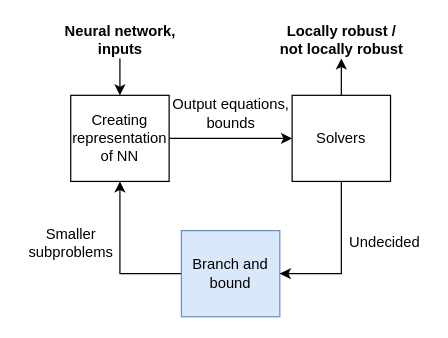
Earlier version of the draw.io diagram Copy of Algorithm2.drawio (DaveHudiny/DaveHudiny). Source tidied: cells renumbered, new cells numbered last; positions are measured from the earlier drawing's top-left corner, leaving out a move shared by most shapes. Both pictures are drawn from the tidied source at 123%, with x=0, y=0 at pixel (21, 21).
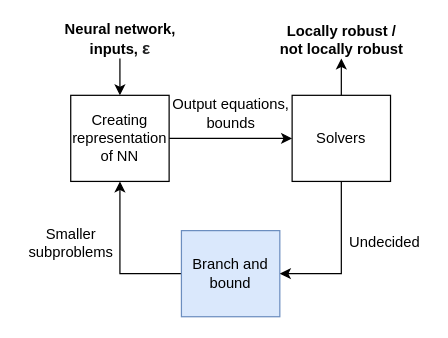
Above is the later version.

The edit, as a diff of the source:
```diff
@@
 <mxGraphModel>
   <root>
     <mxCell id="0" />
     <mxCell id="1" parent="0" />
     <mxCell id="2" style="edgeStyle=orthogonalEdgeStyle;rounded=0;jettySize=auto;html=1;" parent="1" edge="1" source="3" target="8">
       <mxGeometry relative="1" as="geometry" />
     </mxCell>
     <mxCell id="3" value="Creating representation of NN" style="rounded=0;whiteSpace=wrap;html=1;" parent="1" vertex="1">
       <mxGeometry x="40" y="60" width="80" height="70" as="geometry" />
     </mxCell>
     <mxCell id="4" style="edgeStyle=orthogonalEdgeStyle;rounded=0;jettySize=auto;html=1;" parent="1" edge="1" source="5" target="3">
       <mxGeometry relative="1" as="geometry" />
     </mxCell>
     <mxCell id="5" value="Branch and bound" style="rounded=0;whiteSpace=wrap;html=1;fillColor=#dae8fc;strokeColor=#6c8ebf;" parent="1" vertex="1">
       <mxGeometry x="130" y="170" width="80" height="70" as="geometry" />
     </mxCell>
     <mxCell id="6" style="edgeStyle=orthogonalEdgeStyle;rounded=0;jettySize=auto;html=1;fontColor=#00FF00;exitX=0.5;exitY=0;exitDx=0;exitDy=0;" parent="1" edge="1" source="8" target="11">
       <mxGeometry relative="1" as="geometry" />
     </mxCell>
     <mxCell id="7" style="edgeStyle=orthogonalEdgeStyle;rounded=0;jettySize=auto;html=1;entryX=1;entryY=0.5;entryDx=0;entryDy=0;" parent="1" edge="1" source="8" target="5">
       <mxGeometry relative="1" as="geometry">
         <Array as="points">
           <mxPoint x="260" y="205" />
         </Array>
       </mxGeometry>
     </mxCell>
     <mxCell id="8" value="Solvers" style="rounded=0;whiteSpace=wrap;html=1;" parent="1" vertex="1">
       <mxGeometry x="220" y="60" width="80" height="70" as="geometry" />
     </mxCell>
     <mxCell id="9" style="edgeStyle=orthogonalEdgeStyle;rounded=0;jettySize=auto;html=1;fontColor=#000000;" parent="1" edge="1" source="10" target="3">
       <mxGeometry relative="1" as="geometry" />
     </mxCell>
-    <mxCell id="10" value="Neural network, &lt;br&gt;inputs" style="text;html=1;align=center;verticalAlign=middle;points=[];strokeColor=none;fillColor=none;fontColor=#000000;fontStyle=1;" parent="1" vertex="1">
+    <mxCell id="10" value="Neural network, &lt;br&gt;inputs,&amp;nbsp;&lt;span style=&quot;color: rgb(32 , 33 , 34) ; font-family: sans-serif ; font-size: 14px ; background-color: rgb(255 , 255 , 255)&quot;&gt;ε&lt;/span&gt;" style="text;html=1;align=center;verticalAlign=middle;points=[];strokeColor=none;fillColor=none;fontColor=#000000;fontStyle=1;" parent="1" vertex="1">
       <mxGeometry x="25" width="110" height="30" as="geometry" />
     </mxCell>
     <mxCell id="11" value="&lt;b&gt;&lt;font color=&quot;#000000&quot;&gt;Locally robust /&lt;br&gt;not locally robust&lt;br&gt;&lt;/font&gt;&lt;/b&gt;" style="text;html=1;align=center;verticalAlign=middle;points=[];strokeColor=none;fillColor=none;fontColor=#00FF00;" parent="1" vertex="1">
       <mxGeometry x="200" width="120" height="30" as="geometry" />
     </mxCell>
     <mxCell id="12" value="Output equations,&lt;br&gt;bounds" style="text;html=1;align=center;verticalAlign=middle;strokeColor=none;fillColor=none;fontColor=#000000;" parent="1" vertex="1">
       <mxGeometry x="115" y="60" width="110" height="30" as="geometry" />
     </mxCell>
     <mxCell id="13" value="Smaller &lt;br&gt;subproblems" style="text;html=1;align=center;verticalAlign=middle;strokeColor=none;fillColor=none;" parent="1" vertex="1">
       <mxGeometry y="165" width="80" height="30" as="geometry" />
     </mxCell>
     <mxCell id="14" value="Undecided" style="text;html=1;align=center;verticalAlign=middle;strokeColor=none;fillColor=none;" parent="1" vertex="1">
       <mxGeometry x="260" y="170" width="70" height="20" as="geometry" />
     </mxCell>
   </root>
 </mxGraphModel>
```
